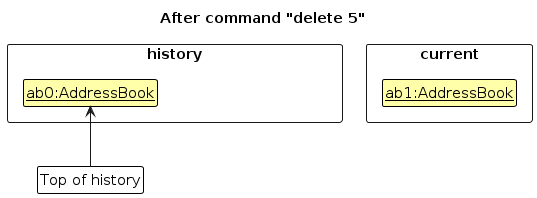
Before: diagrams/UndoRedoState1.png, a diagram exported from PlantUML (AY2627S1-CS2103T-T08-4/tp). Its source is kept beside it as diagrams/UndoRedoState1.puml.
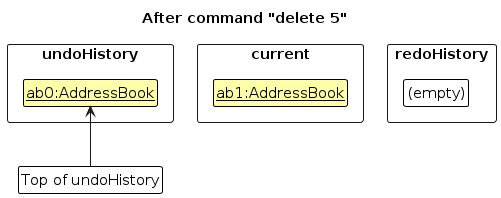
After the commit.

Diff of the diagram source:
```diff
@@ -6,20 +6,21 @@
 
 title After command "delete 5"
 
-package "history" <<rectangle>> {
-    class H1 as "<u>ab0:AddressBook</u>"
-    class H2 as "<u>abX:AddressBook</u>"
+package "undoHistory" <<rectangle>> {
+    class U1 as "<u>ab0:AddressBook</u>"
 }
-
-H1 -[hidden]right-> H2
-hide H2
 
 package "current" <<rectangle>> {
     class Current as "<u>ab1:AddressBook</u>"
 }
 
-H2 -[hidden]right-> Current
+package "redoHistory" <<rectangle>> {
+    class R0 as "(empty)" #FFFFFF
+}
 
-class Top as "Top of history" #FFFFFF
-Top -up-> H1
+U1 -[hidden]right-> Current
+Current -[hidden]right-> R0
+
+class UndoTop as "Top of undoHistory" #FFFFFF
+UndoTop -up-> U1
 @enduml
```
